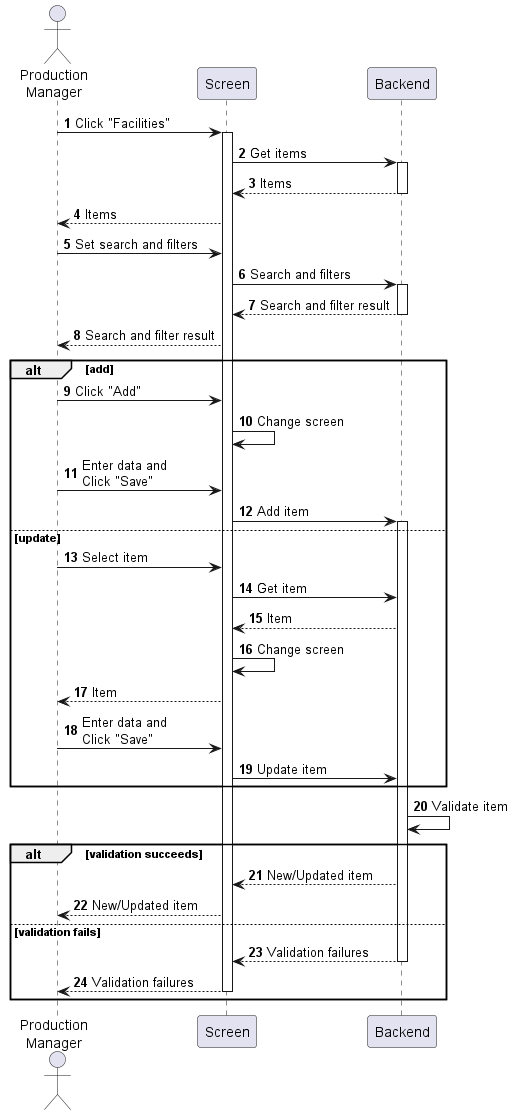
Earlier version of the PlantUML export sequences/production-facility-manage.png (phihungha/scmss-reqs). The source it was exported from:
```plantuml
@startuml production-facility-manage
autonumber

actor "Production\nManager" as a
participant Screen as f
participant Backend as b

a -> f : Click "Facilities"
activate f
f -> b : Get items
activate b
return Items
f --> a : Items
a -> f : Set search and filters
f -> b : Search and filters
activate b
return Search and filter result
f --> a : Search and filter result

alt add
    a -> f : Click "Add"
    f -> f : Change screen
    a -> f : Enter data and\nClick "Save"
    f -> b : Add item
    activate b
else update
    a -> f : Select item
    f -> b : Get item
    b --> f : Item
    f -> f : Change screen
    f --> a : Item
    a -> f : Enter data and\nClick "Save"
    f -> b : Update item
end

b -> b : Validate item

alt validation succeeds
    b --> f : New/Updated item
    f --> a : New/Updated item
else validation fails
    return Validation failures
    return Validation failures
end
@enduml
```
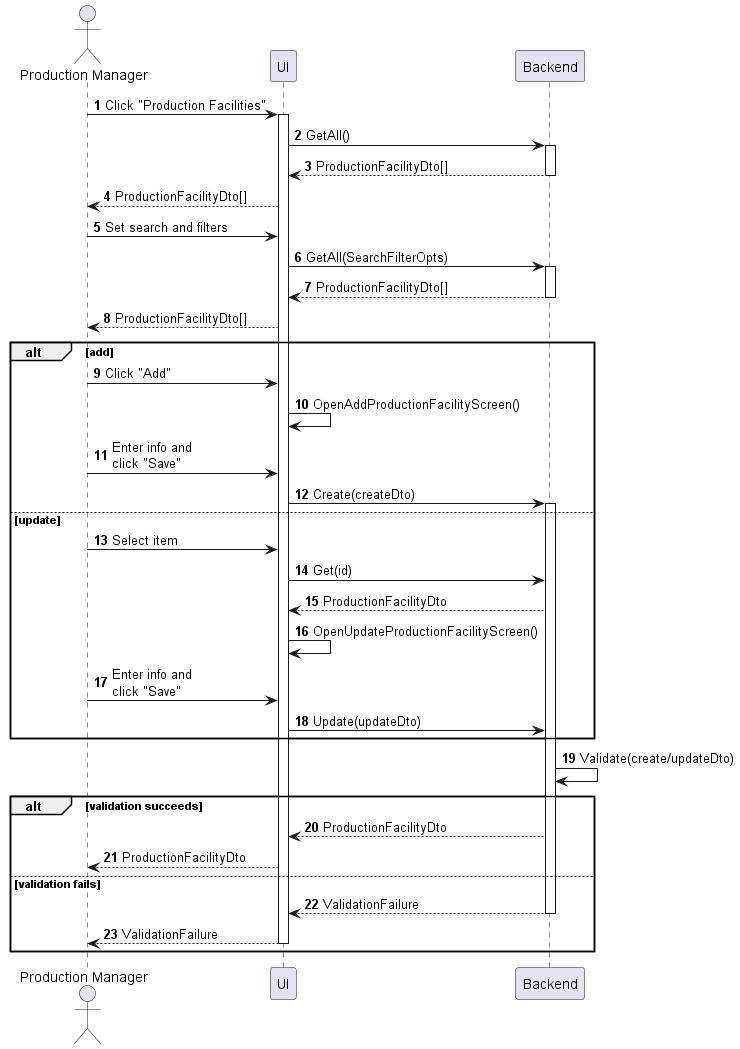
Later version of the same file.

The edit, as a diff of the source:
```diff
@@ -1,45 +1,44 @@
 @startuml production-facility-manage
 autonumber
 
-actor "Production\nManager" as a
-participant Screen as f
+actor "Production Manager" as a
+participant UI as f
 participant Backend as b
 
-a -> f : Click "Facilities"
+a -> f : Click "Production Facilities"
 activate f
-f -> b : Get items
+f -> b : GetAll()
 activate b
-return Items
-f --> a : Items
+return ProductionFacilityDto[]
+f --> a : ProductionFacilityDto[]
 a -> f : Set search and filters
-f -> b : Search and filters
+f -> b : GetAll(SearchFilterOpts)
 activate b
-return Search and filter result
-f --> a : Search and filter result
+return ProductionFacilityDto[]
+f --> a : ProductionFacilityDto[]
 
 alt add
     a -> f : Click "Add"
-    f -> f : Change screen
-    a -> f : Enter data and\nClick "Save"
-    f -> b : Add item
+    f -> f : OpenAddProductionFacilityScreen()
+    a -> f : Enter info and\nclick "Save"
+    f -> b : Create(createDto)
     activate b
 else update
     a -> f : Select item
-    f -> b : Get item
-    b --> f : Item
-    f -> f : Change screen
-    f --> a : Item
-    a -> f : Enter data and\nClick "Save"
-    f -> b : Update item
+    f -> b : Get(id)
+    b --> f : ProductionFacilityDto
+    f -> f : OpenUpdateProductionFacilityScreen()
+    a -> f : Enter info and\nclick "Save"
+    f -> b : Update(updateDto)
 end
 
-b -> b : Validate item
+b -> b : Validate(create/updateDto)
 
 alt validation succeeds
-    b --> f : New/Updated item
-    f --> a : New/Updated item
+    b --> f : ProductionFacilityDto
+    f --> a : ProductionFacilityDto
 else validation fails
-    return Validation failures
-    return Validation failures
+    return ValidationFailure
+    return ValidationFailure
 end
 @enduml
```
